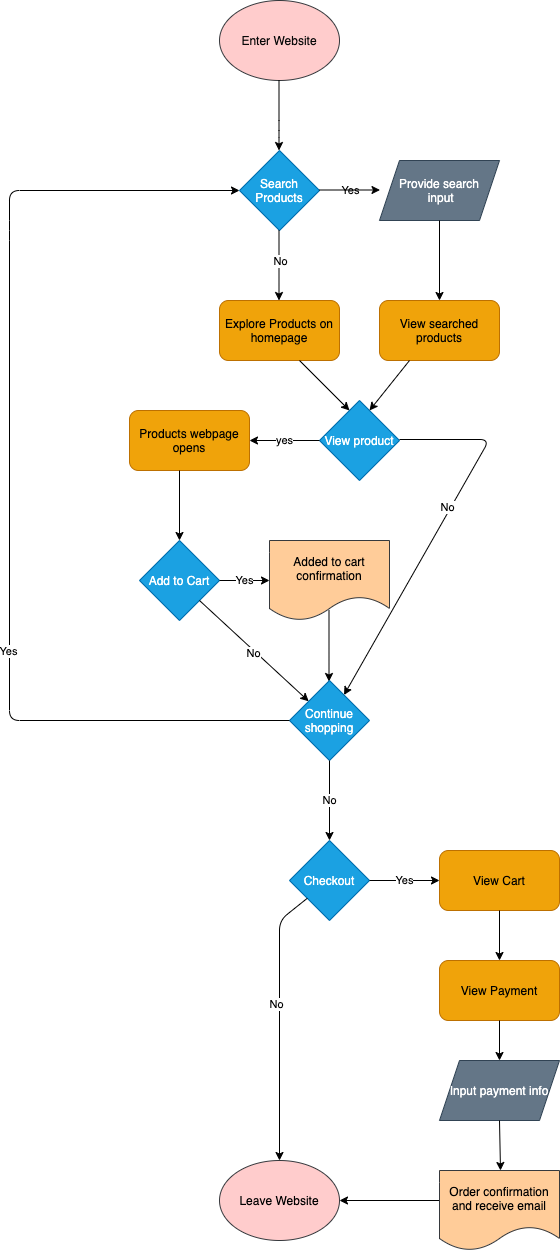
The draw.io diagram explore/diagramming/diagram.drawio.png in akn11/fa21-cse110-lab4, before a commit. Source tidied: cells renumbered, new cells last; positions are measured from the earlier drawing's top-left corner, leaving out a move shared by most shapes.
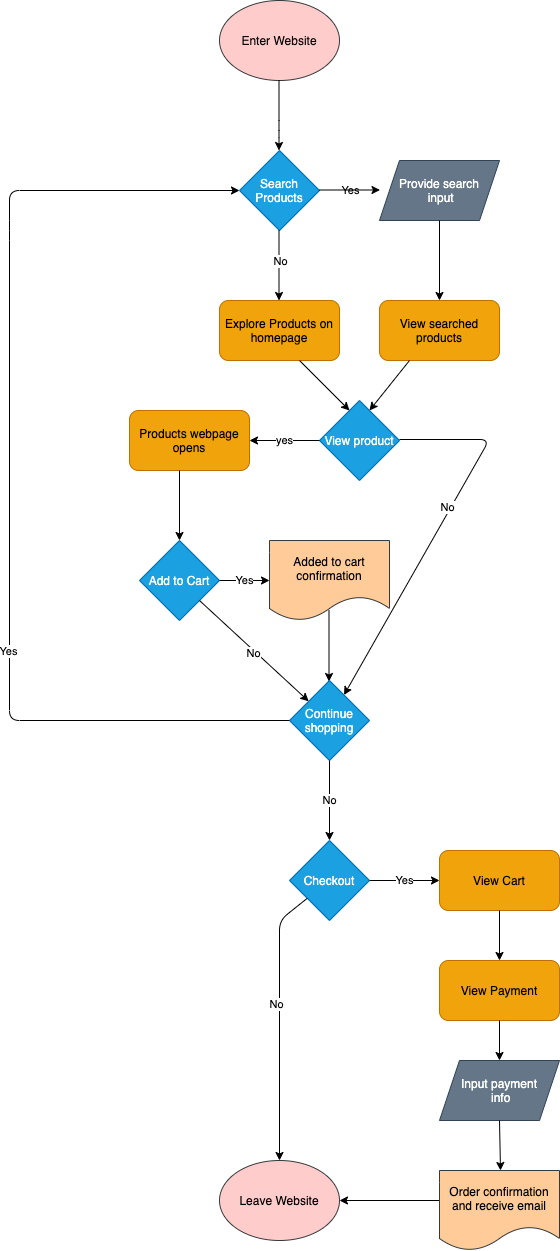
After the commit.

Commit message:
updated flow chart 2.0

Change to the diagram source:
```diff
@@ -158,7 +158,7 @@
     <mxCell id="35" value="View Payment" style="rounded=1;whiteSpace=wrap;html=1;fontColor=#000000;fillColor=#f0a30a;strokeColor=#BD7000;" parent="1" vertex="1">
       <mxGeometry x="430" y="960" width="120" height="60" as="geometry" />
     </mxCell>
-    <mxCell id="36" value="Input payment info" style="shape=parallelogram;perimeter=parallelogramPerimeter;whiteSpace=wrap;html=1;fixedSize=1;fontColor=#ffffff;fillColor=#647687;strokeColor=#314354;" parent="1" vertex="1">
+    <mxCell id="36" value="Input payment&lt;br&gt;&amp;nbsp;info" style="shape=parallelogram;perimeter=parallelogramPerimeter;whiteSpace=wrap;html=1;fixedSize=1;fontColor=#ffffff;fillColor=#647687;strokeColor=#314354;" parent="1" vertex="1">
       <mxGeometry x="430" y="1060" width="120" height="60" as="geometry" />
     </mxCell>
     <mxCell id="37" style="endArrow=classic;html=1;fontColor=#FFFFFF;exitX=0.5;exitY=1;exitDx=0;exitDy=0;entryX=0.5;entryY=0;entryDx=0;entryDy=0;" parent="1" edge="1" source="35" target="36">
```
